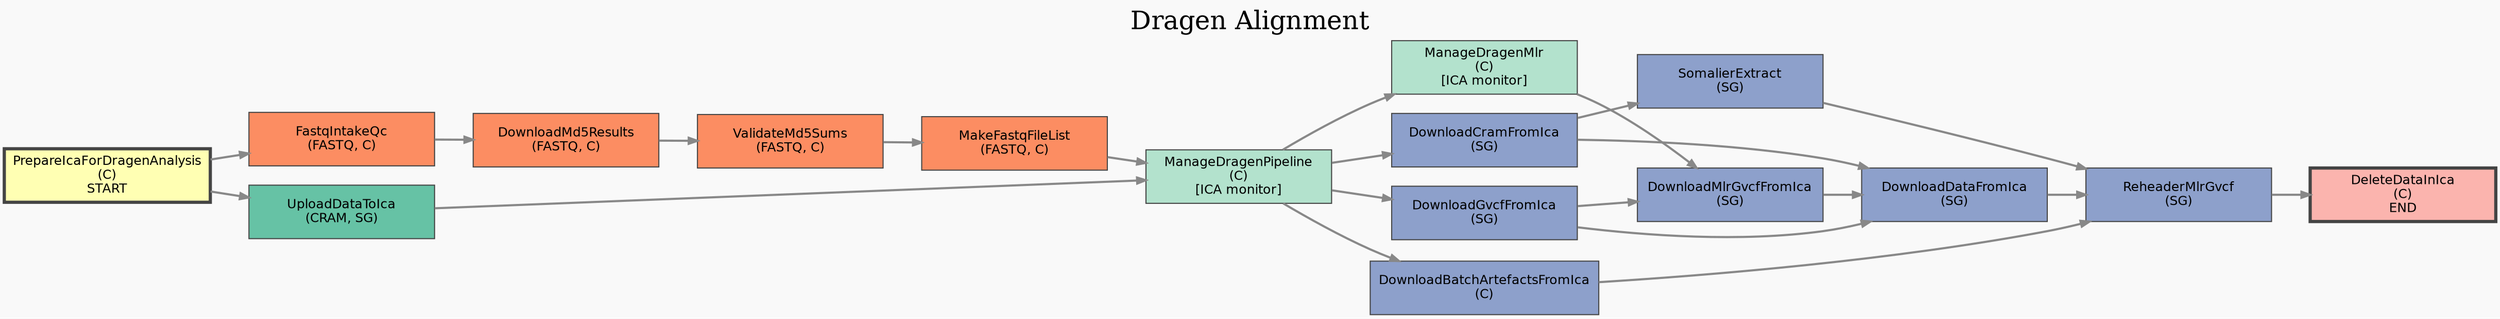
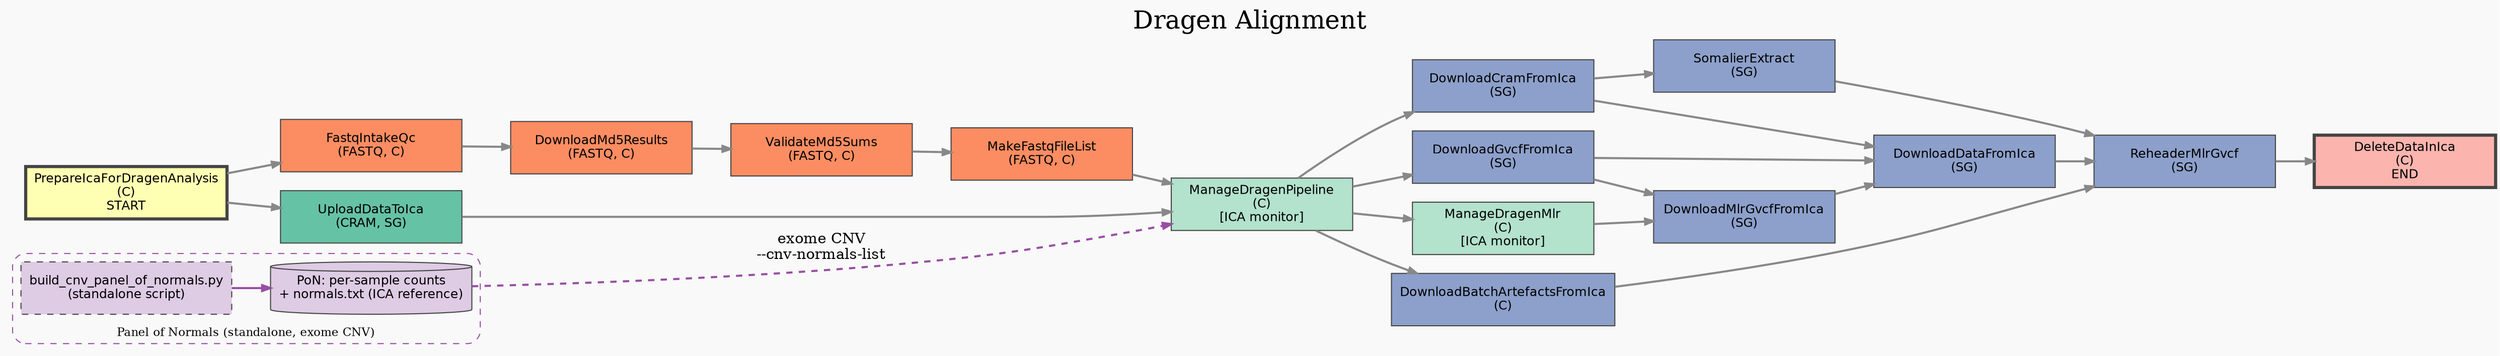
digraph DragenAlignPAWorkflow {
    label="Dragen Alignment";
    labelloc=top;
    fontsize=24;
    rankdir=LR;
    ordering=out;
    bgcolor="#f9f9f9";
    node [shape=box, style=filled, fontname="Helvetica", fontsize=12, color="#444444", width=2.4, height=0.7];
    edge [color="#888888", penwidth=2, arrowsize=0.8];

    // ColorBrewer palette (colorblind friendly)
    // CRAM input:   #66c2a5 (green)
    // FASTQ input:  #fc8d62 (orange)
    // ICA monitor:  #b3e2cd (light green)
    // Other (SG/C): #8da0cb (blue)
    // START:        #ffffb3 (yellow)
    // END:          #fbb4ae (red)
+     // PoN (exome):  #decbe4 (purple) - standalone, out-of-band

    PrepareIcaForDragenAnalysis [fillcolor="#ffffb3", style="filled,bold", penwidth=3, label="PrepareIcaForDragenAnalysis\n(C)\nSTART"];

    // FASTQ input branch (cohort-level)
    FastqIntakeQc          [fillcolor="#fc8d62", label="FastqIntakeQc\n(FASTQ, C)"];
    DownloadMd5Results     [fillcolor="#fc8d62", label="DownloadMd5Results\n(FASTQ, C)"];
    ValidateMd5Sums        [fillcolor="#fc8d62", label="ValidateMd5Sums\n(FASTQ, C)"];
    MakeFastqFileList      [fillcolor="#fc8d62", label="MakeFastqFileList\n(FASTQ, C)"];

    // CRAM input branch (per sequencing group)
    UploadDataToIca        [fillcolor="#66c2a5", label="UploadDataToIca\n(CRAM, SG)"];

    // DRAGEN pipeline + monitoring
    ManageDragenPipeline   [fillcolor="#b3e2cd", label="ManageDragenPipeline\n(C)\n[ICA monitor]"];
    ManageDragenMlr        [fillcolor="#b3e2cd", label="ManageDragenMlr\n(C)\n[ICA monitor]"];

    // Output download stages
    DownloadCramFromIca          [fillcolor="#8da0cb", label="DownloadCramFromIca\n(SG)"];
    DownloadGvcfFromIca          [fillcolor="#8da0cb", label="DownloadGvcfFromIca\n(SG)"];
    DownloadMlrGvcfFromIca       [fillcolor="#8da0cb", label="DownloadMlrGvcfFromIca\n(SG)"];
    DownloadDataFromIca          [fillcolor="#8da0cb", label="DownloadDataFromIca\n(SG)"];
    DownloadBatchArtefactsFromIca [fillcolor="#8da0cb", label="DownloadBatchArtefactsFromIca\n(C)"];

    // Post-processing
    SomalierExtract        [fillcolor="#8da0cb", label="SomalierExtract\n(SG)"];
    ReheaderMlrGvcf        [fillcolor="#8da0cb", label="ReheaderMlrGvcf\n(SG)"];

    DeleteDataInIca        [fillcolor="#fbb4ae", style="filled,bold", penwidth=3, label="DeleteDataInIca\n(C)\nEND"];

+     // Panel of Normals (exome CNV) - NOT a pipeline stage. Built out-of-band by
+     // scripts/build_cnv_panel_of_normals.py and consumed by the DRAGEN run for
+     // reference-based CNV normalisation on exome cohorts (WGS self-normalises).
+     subgraph cluster_pon {
+         label="Panel of Normals (standalone, exome CNV)";
+         labelloc=b;
+         style="dashed,rounded";
+         color="#984ea3";
+         fontsize=11;
+         BuildPon [fillcolor="#decbe4", style="filled,dashed", label="build_cnv_panel_of_normals.py\n(standalone script)"];
+         PonPanel [fillcolor="#decbe4", shape=cylinder, style=filled, label="PoN: per-sample counts\n+ normals.txt (ICA reference)"];
+         BuildPon -> PonPanel [color="#984ea3"];
+     }
+ 
    // Layered left-to-right ordering
    {rank=same; FastqIntakeQc; UploadDataToIca;}
    {rank=same; DownloadCramFromIca; DownloadGvcfFromIca; ManageDragenMlr; DownloadBatchArtefactsFromIca;}
    {rank=same; SomalierExtract; DownloadMlrGvcfFromIca;}

    // General flow (data dependencies; ordering-only edges omitted for clarity)
    PrepareIcaForDragenAnalysis -> FastqIntakeQc;
    PrepareIcaForDragenAnalysis -> UploadDataToIca;

    FastqIntakeQc -> DownloadMd5Results -> ValidateMd5Sums -> MakeFastqFileList;

    MakeFastqFileList -> ManageDragenPipeline;
    UploadDataToIca  -> ManageDragenPipeline;
+ 
+     // Exome CNV: the PoN feeds into the DRAGEN run as a config-provided input
+     // (user.additional_file_ids + --cnv-normals-list). Optional / exome-only.
+     PonPanel -> ManageDragenPipeline [style=dashed, color="#984ea3", constraint=false, label="exome CNV\n--cnv-normals-list"];

    ManageDragenPipeline -> ManageDragenMlr;
    ManageDragenPipeline -> DownloadCramFromIca;
    ManageDragenPipeline -> DownloadGvcfFromIca;
    ManageDragenPipeline -> DownloadBatchArtefactsFromIca;

    DownloadGvcfFromIca -> DownloadMlrGvcfFromIca;
    ManageDragenMlr     -> DownloadMlrGvcfFromIca;

    DownloadCramFromIca    -> SomalierExtract;
    DownloadCramFromIca    -> DownloadDataFromIca;
    DownloadGvcfFromIca    -> DownloadDataFromIca;
    DownloadMlrGvcfFromIca -> DownloadDataFromIca;

    DownloadDataFromIca           -> ReheaderMlrGvcf;
    SomalierExtract               -> ReheaderMlrGvcf;
    DownloadBatchArtefactsFromIca -> ReheaderMlrGvcf;

    ReheaderMlrGvcf -> DeleteDataInIca;
}
